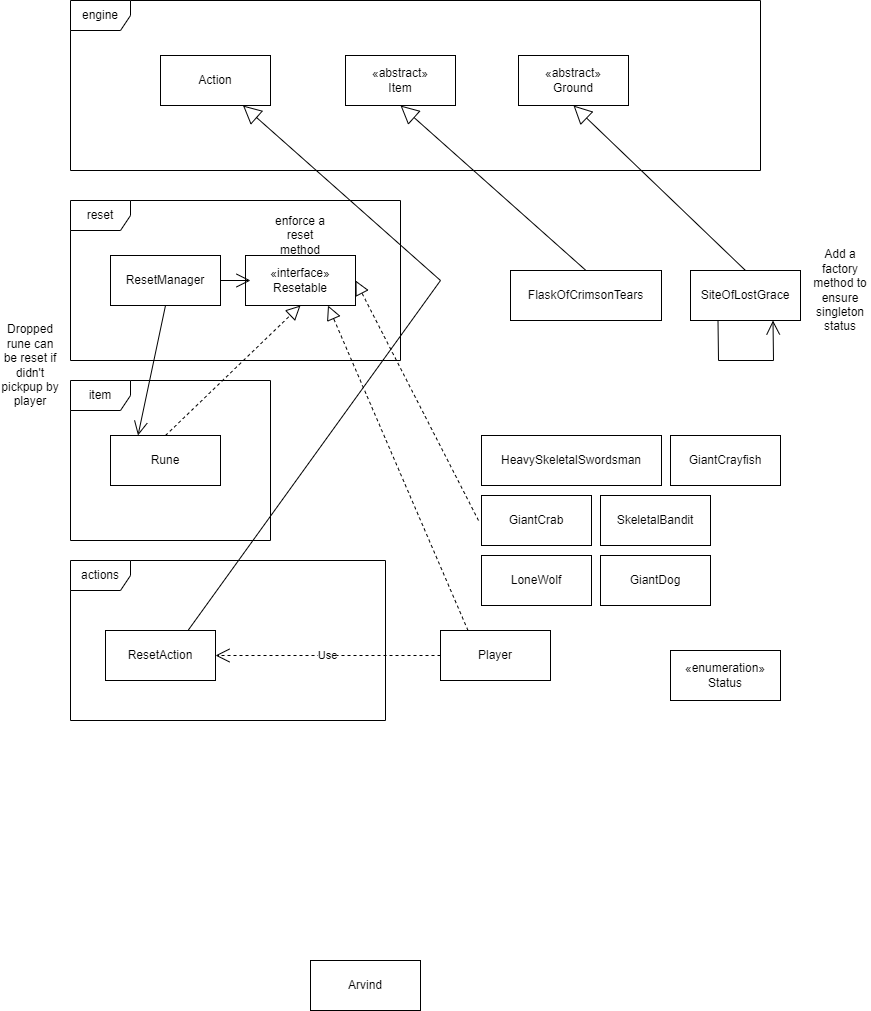
Earlier version of the draw.io export docs/Assignment1-Req 3.drawio.png (NguyenQuang-10/Elden-Ring-In-Java). Source tidied: cells renumbered, new cells last; positions are measured from the earlier drawing's top-left corner, leaving out a move shared by most shapes.
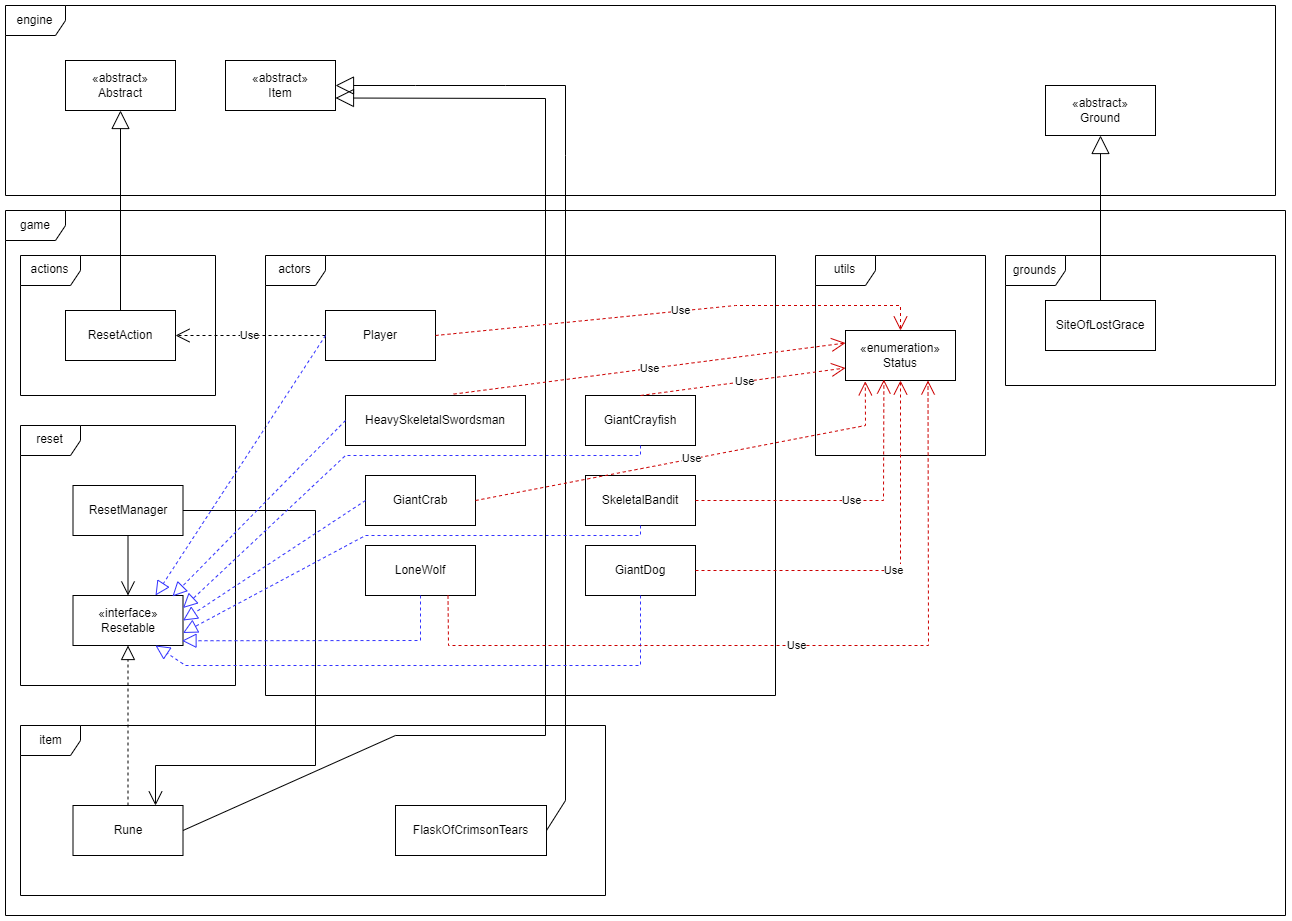
The same file after the commit.

Commit message:
Beautify req 3 diagram

Change to the diagram source:
```diff
@@ -3,122 +3,206 @@
     <mxCell id="0" />
     <mxCell id="1" parent="0" />
     <mxCell id="2" value="reset" style="shape=umlFrame;whiteSpace=wrap;html=1;" parent="1" vertex="1">
-      <mxGeometry x="70" y="200" width="330" height="160" as="geometry" />
+      <mxGeometry x="85" y="420" width="215" height="260" as="geometry" />
     </mxCell>
     <mxCell id="3" value="ResetManager" style="html=1;whiteSpace=wrap;" parent="1" vertex="1">
-      <mxGeometry x="110" y="255" width="110" height="50" as="geometry" />
+      <mxGeometry x="137.5" y="480" width="110" height="50" as="geometry" />
     </mxCell>
     <mxCell id="4" value="«interface»&lt;br&gt;Resetable" style="html=1;whiteSpace=wrap;" parent="1" vertex="1">
-      <mxGeometry x="245" y="255" width="110" height="50" as="geometry" />
+      <mxGeometry x="137.5" y="590" width="110" height="50" as="geometry" />
     </mxCell>
     <mxCell id="5" value="item" style="shape=umlFrame;whiteSpace=wrap;html=1;" parent="1" vertex="1">
-      <mxGeometry x="70" y="380" width="200" height="160" as="geometry" />
+      <mxGeometry x="85" y="720" width="585" height="170" as="geometry" />
     </mxCell>
     <mxCell id="6" value="Rune" style="html=1;whiteSpace=wrap;" parent="1" vertex="1">
-      <mxGeometry x="110" y="435" width="110" height="50" as="geometry" />
+      <mxGeometry x="137.5" y="800" width="110" height="50" as="geometry" />
     </mxCell>
     <mxCell id="7" style="endArrow=block;dashed=1;endFill=0;endSize=12;html=1;rounded=0;exitX=0.5;exitY=0;exitDx=0;exitDy=0;entryX=0.5;entryY=1;entryDx=0;entryDy=0;" parent="1" edge="1" source="6" target="4">
       <mxGeometry relative="1" as="geometry" />
     </mxCell>
-    <mxCell id="8" style="endArrow=open;endFill=1;endSize=12;html=1;rounded=0;exitX=0.5;exitY=1;exitDx=0;exitDy=0;entryX=0.25;entryY=0;entryDx=0;entryDy=0;" parent="1" edge="1" source="3" target="6">
-      <mxGeometry relative="1" as="geometry" />
+    <mxCell id="8" style="endArrow=open;endFill=1;endSize=12;html=1;rounded=0;exitX=1;exitY=0.5;exitDx=0;exitDy=0;entryX=0.75;entryY=0;entryDx=0;entryDy=0;" parent="1" edge="1" source="3" target="6">
+      <mxGeometry relative="1" as="geometry">
+        <Array as="points">
+          <mxPoint x="380" y="505" />
+          <mxPoint x="380" y="760" />
+          <mxPoint x="220" y="760" />
+        </Array>
+      </mxGeometry>
     </mxCell>
     <mxCell id="9" value="actions" style="shape=umlFrame;whiteSpace=wrap;html=1;" parent="1" vertex="1">
-      <mxGeometry x="70" y="560" width="315" height="160" as="geometry" />
+      <mxGeometry x="85" y="250" width="195" height="140" as="geometry" />
     </mxCell>
     <mxCell id="10" value="ResetAction" style="html=1;whiteSpace=wrap;" parent="1" vertex="1">
-      <mxGeometry x="105" y="630" width="110" height="50" as="geometry" />
+      <mxGeometry x="130" y="305" width="110" height="50" as="geometry" />
     </mxCell>
     <mxCell id="11" value="engine" style="shape=umlFrame;whiteSpace=wrap;html=1;" parent="1" vertex="1">
-      <mxGeometry x="70" width="690" height="170" as="geometry" />
+      <mxGeometry x="70" width="1270" height="190" as="geometry" />
     </mxCell>
-    <mxCell id="12" value="Action" style="html=1;whiteSpace=wrap;" parent="1" vertex="1">
-      <mxGeometry x="160" y="55" width="110" height="50" as="geometry" />
-    </mxCell>
-    <mxCell id="13" style="endArrow=block;endSize=16;endFill=0;html=1;rounded=0;exitX=0.75;exitY=0;exitDx=0;exitDy=0;entryX=0.75;entryY=1;entryDx=0;entryDy=0;" parent="1" edge="1" source="10" target="12">
-      <mxGeometry relative="1" as="geometry">
-        <Array as="points">
-          <mxPoint x="440" y="280" />
-        </Array>
-      </mxGeometry>
+    <mxCell id="13" style="endArrow=block;endSize=16;endFill=0;html=1;rounded=0;exitX=0.5;exitY=0;exitDx=0;exitDy=0;entryX=0.5;entryY=1;entryDx=0;entryDy=0;" parent="1" edge="1" source="10" target="37">
+      <mxGeometry relative="1" as="geometry" />
     </mxCell>
     <mxCell id="14" value="«enumeration»&lt;br&gt;Status" style="html=1;whiteSpace=wrap;" parent="1" vertex="1">
-      <mxGeometry x="670" y="650" width="110" height="50" as="geometry" />
+      <mxGeometry x="910" y="325" width="110" height="50" as="geometry" />
     </mxCell>
     <mxCell id="15" value="«abstract»&lt;br&gt;Item" style="html=1;whiteSpace=wrap;" parent="1" vertex="1">
-      <mxGeometry x="345" y="55" width="110" height="50" as="geometry" />
+      <mxGeometry x="290" y="55" width="110" height="50" as="geometry" />
     </mxCell>
     <mxCell id="16" value="FlaskOfCrimsonTears" style="html=1;whiteSpace=wrap;" parent="1" vertex="1">
-      <mxGeometry x="510" y="270" width="151" height="50" as="geometry" />
+      <mxGeometry x="460" y="800" width="151" height="50" as="geometry" />
     </mxCell>
-    <mxCell id="17" style="endArrow=block;endSize=16;endFill=0;html=1;rounded=0;exitX=0.5;exitY=0;exitDx=0;exitDy=0;entryX=0.5;entryY=1;entryDx=0;entryDy=0;" parent="1" edge="1" source="16" target="15">
-      <mxGeometry relative="1" as="geometry" />
+    <mxCell id="17" style="endArrow=block;endSize=16;endFill=0;html=1;rounded=0;exitX=1;exitY=0.5;exitDx=0;exitDy=0;entryX=1;entryY=0.5;entryDx=0;entryDy=0;" parent="1" edge="1" source="16" target="15">
+      <mxGeometry relative="1" as="geometry">
+        <Array as="points">
+          <mxPoint x="630" y="795" />
+          <mxPoint x="630" y="150" />
+          <mxPoint x="630" y="80" />
+          <mxPoint x="570" y="80" />
+          <mxPoint x="480" y="80" />
+        </Array>
+      </mxGeometry>
     </mxCell>
     <mxCell id="18" value="«abstract»&lt;br&gt;Ground" style="html=1;whiteSpace=wrap;" parent="1" vertex="1">
-      <mxGeometry x="518" y="55" width="110" height="50" as="geometry" />
+      <mxGeometry x="1110" y="80" width="110" height="50" as="geometry" />
     </mxCell>
     <mxCell id="19" value="SiteOfLostGrace" style="html=1;whiteSpace=wrap;" parent="1" vertex="1">
-      <mxGeometry x="690" y="270" width="110" height="50" as="geometry" />
+      <mxGeometry x="1110" y="295" width="110" height="50" as="geometry" />
     </mxCell>
     <mxCell id="20" style="endArrow=block;endSize=16;endFill=0;html=1;rounded=0;exitX=0.5;exitY=0;exitDx=0;exitDy=0;entryX=0.5;entryY=1;entryDx=0;entryDy=0;" parent="1" edge="1" source="19" target="18">
       <mxGeometry relative="1" as="geometry" />
     </mxCell>
     <mxCell id="21" value="Player" style="html=1;whiteSpace=wrap;" parent="1" vertex="1">
-      <mxGeometry x="440" y="630" width="110" height="50" as="geometry" />
+      <mxGeometry x="390" y="305" width="110" height="50" as="geometry" />
     </mxCell>
     <mxCell id="22" value="Use" style="endArrow=open;endSize=12;dashed=1;html=1;rounded=0;exitX=0;exitY=0.5;exitDx=0;exitDy=0;entryX=1;entryY=0.5;entryDx=0;entryDy=0;" parent="1" edge="1" source="21" target="10">
       <mxGeometry relative="1" as="geometry" />
     </mxCell>
-    <mxCell id="23" style="endArrow=block;dashed=1;endFill=0;endSize=12;html=1;rounded=0;exitX=0.25;exitY=0;exitDx=0;exitDy=0;entryX=0.75;entryY=1;entryDx=0;entryDy=0;" parent="1" edge="1" source="21" target="4">
+    <mxCell id="23" style="endArrow=block;dashed=1;endFill=0;endSize=12;html=1;rounded=0;exitX=0;exitY=0.5;exitDx=0;exitDy=0;entryX=0.75;entryY=0;entryDx=0;entryDy=0;fillColor=#3333FF;strokeColor=#3333FF;" parent="1" edge="1" source="21" target="4">
       <mxGeometry relative="1" as="geometry" />
     </mxCell>
     <mxCell id="24" value="HeavySkeletalSwordsman" style="html=1;whiteSpace=wrap;" parent="1" vertex="1">
-      <mxGeometry x="481" y="435" width="180" height="50" as="geometry" />
+      <mxGeometry x="410" y="390" width="180" height="50" as="geometry" />
     </mxCell>
     <mxCell id="25" value="GiantCrab" style="html=1;whiteSpace=wrap;" parent="1" vertex="1">
-      <mxGeometry x="481" y="495" width="110" height="50" as="geometry" />
+      <mxGeometry x="430" y="470" width="110" height="50" as="geometry" />
     </mxCell>
     <mxCell id="26" value="LoneWolf" style="html=1;whiteSpace=wrap;" parent="1" vertex="1">
-      <mxGeometry x="481" y="555" width="110" height="50" as="geometry" />
+      <mxGeometry x="430" y="540" width="110" height="50" as="geometry" />
     </mxCell>
-    <mxCell id="27" style="endArrow=block;dashed=1;endFill=0;endSize=12;html=1;rounded=0;entryX=1;entryY=0.5;entryDx=0;entryDy=0;" parent="1" edge="1" target="4">
-      <mxGeometry relative="1" as="geometry">
-        <mxPoint x="478" y="520" as="sourcePoint" />
-      </mxGeometry>
-    </mxCell>
     <mxCell id="28" value="SkeletalBandit" style="html=1;whiteSpace=wrap;" parent="1" vertex="1">
-      <mxGeometry x="600" y="495" width="110" height="50" as="geometry" />
+      <mxGeometry x="650" y="470" width="110" height="50" as="geometry" />
     </mxCell>
     <mxCell id="29" value="GiantDog" style="html=1;whiteSpace=wrap;" parent="1" vertex="1">
-      <mxGeometry x="600" y="555" width="110" height="50" as="geometry" />
+      <mxGeometry x="650" y="540" width="110" height="50" as="geometry" />
     </mxCell>
     <mxCell id="30" value="GiantCrayfish" style="html=1;whiteSpace=wrap;" parent="1" vertex="1">
-      <mxGeometry x="670" y="435" width="110" height="50" as="geometry" />
+      <mxGeometry x="650" y="390" width="110" height="50" as="geometry" />
     </mxCell>
-    <mxCell id="31" style="endArrow=open;endFill=1;endSize=12;html=1;rounded=0;exitX=0.25;exitY=1;exitDx=0;exitDy=0;entryX=0.75;entryY=1;entryDx=0;entryDy=0;" parent="1" edge="1" source="19" target="19">
-      <mxGeometry relative="1" as="geometry">
-        <Array as="points">
-          <mxPoint x="718" y="360" />
-          <mxPoint x="773" y="360" />
-        </Array>
-      </mxGeometry>
-    </mxCell>
-    <mxCell id="32" style="endArrow=open;endFill=1;endSize=12;html=1;rounded=0;exitX=1;exitY=0.5;exitDx=0;exitDy=0;" parent="1" edge="1" source="3">
-      <mxGeometry relative="1" as="geometry">
-        <mxPoint x="250" y="280" as="targetPoint" />
-      </mxGeometry>
+    <mxCell id="32" style="endArrow=open;endFill=1;endSize=12;html=1;rounded=0;exitX=0.5;exitY=1;exitDx=0;exitDy=0;" parent="1" edge="1" source="3" target="4">
+      <mxGeometry relative="1" as="geometry" />
     </mxCell>
-    <mxCell id="33" value="Arvind" style="html=1;whiteSpace=wrap;" parent="1" vertex="1">
-      <mxGeometry x="310" y="960" width="110" height="50" as="geometry" />
-    </mxCell>
-    <mxCell id="34" value="Add a factory method to ensure singleton status" style="text;html=1;strokeColor=none;fillColor=none;align=center;verticalAlign=middle;whiteSpace=wrap;rounded=0;" parent="1" vertex="1">
-      <mxGeometry x="810" y="275" width="60" height="30" as="geometry" />
-    </mxCell>
-    <mxCell id="35" value="Dropped rune can be reset if didn't pickpup by player" style="text;html=1;strokeColor=none;fillColor=none;align=center;verticalAlign=middle;whiteSpace=wrap;rounded=0;" parent="1" vertex="1">
-      <mxGeometry y="350" width="60" height="30" as="geometry" />
-    </mxCell>
-    <mxCell id="36" value="enforce a reset method" style="text;html=1;strokeColor=none;fillColor=none;align=center;verticalAlign=middle;whiteSpace=wrap;rounded=0;" parent="1" vertex="1">
-      <mxGeometry x="270" y="220" width="60" height="30" as="geometry" />
-    </mxCell>
+    <mxCell id="37" value="«abstract»&lt;br&gt;Abstract" style="html=1;whiteSpace=wrap;" parent="1" vertex="1">
+      <mxGeometry x="130" y="55" width="110" height="50" as="geometry" />
+    </mxCell>
+    <mxCell id="38" value="actors" style="shape=umlFrame;whiteSpace=wrap;html=1;" parent="1" vertex="1">
+      <mxGeometry x="330" y="250" width="510" height="440" as="geometry" />
+    </mxCell>
+    <mxCell id="39" style="endArrow=block;dashed=1;endFill=0;endSize=12;html=1;rounded=0;exitX=0;exitY=0.5;exitDx=0;exitDy=0;entryX=0.904;entryY=0.018;entryDx=0;entryDy=0;entryPerimeter=0;fillColor=#3333FF;strokeColor=#3333FF;" parent="1" edge="1" source="24" target="4">
+      <mxGeometry relative="1" as="geometry" />
+    </mxCell>
+    <mxCell id="40" style="endArrow=block;dashed=1;endFill=0;endSize=12;html=1;rounded=0;exitX=0.5;exitY=1;exitDx=0;exitDy=0;entryX=1;entryY=0.25;entryDx=0;entryDy=0;fillColor=#3333FF;strokeColor=#3333FF;" parent="1" edge="1" source="30" target="4">
+      <mxGeometry relative="1" as="geometry">
+        <Array as="points">
+          <mxPoint x="705" y="450" />
+          <mxPoint x="410" y="450" />
+        </Array>
+      </mxGeometry>
+    </mxCell>
+    <mxCell id="41" style="endArrow=block;dashed=1;endFill=0;endSize=12;html=1;rounded=0;exitX=0;exitY=0.5;exitDx=0;exitDy=0;entryX=1;entryY=0.5;entryDx=0;entryDy=0;fillColor=#3333FF;strokeColor=#3333FF;" parent="1" edge="1" source="25" target="4">
+      <mxGeometry relative="1" as="geometry" />
+    </mxCell>
+    <mxCell id="42" style="endArrow=block;dashed=1;endFill=0;endSize=12;html=1;rounded=0;exitX=0.5;exitY=1;exitDx=0;exitDy=0;entryX=1;entryY=0.75;entryDx=0;entryDy=0;fillColor=#3333FF;strokeColor=#3333FF;" parent="1" edge="1" source="28" target="4">
+      <mxGeometry relative="1" as="geometry">
+        <Array as="points">
+          <mxPoint x="705" y="530" />
+          <mxPoint x="430" y="530" />
+        </Array>
+      </mxGeometry>
+    </mxCell>
+    <mxCell id="43" style="endArrow=block;dashed=1;endFill=0;endSize=12;html=1;rounded=0;exitX=0.5;exitY=1;exitDx=0;exitDy=0;entryX=0.991;entryY=0.905;entryDx=0;entryDy=0;entryPerimeter=0;fillColor=#3333FF;strokeColor=#3333FF;" parent="1" edge="1" source="26" target="4">
+      <mxGeometry relative="1" as="geometry">
+        <Array as="points">
+          <mxPoint x="485" y="635" />
+        </Array>
+      </mxGeometry>
+    </mxCell>
+    <mxCell id="44" style="endArrow=block;dashed=1;endFill=0;endSize=12;html=1;rounded=0;exitX=0.5;exitY=1;exitDx=0;exitDy=0;entryX=0.75;entryY=1;entryDx=0;entryDy=0;fillColor=#3333FF;strokeColor=#3333FF;" parent="1" edge="1" source="29" target="4">
+      <mxGeometry relative="1" as="geometry">
+        <Array as="points">
+          <mxPoint x="705" y="660" />
+          <mxPoint x="250" y="660" />
+        </Array>
+      </mxGeometry>
+    </mxCell>
+    <mxCell id="45" style="endArrow=block;endSize=16;endFill=0;html=1;rounded=0;entryX=1;entryY=0.75;entryDx=0;entryDy=0;exitX=1;exitY=0.5;exitDx=0;exitDy=0;" parent="1" edge="1" source="6" target="15">
+      <mxGeometry relative="1" as="geometry">
+        <Array as="points">
+          <mxPoint x="460" y="730" />
+          <mxPoint x="610" y="730" />
+          <mxPoint x="610" y="93" />
+        </Array>
+      </mxGeometry>
+    </mxCell>
+    <mxCell id="46" value="grounds" style="shape=umlFrame;whiteSpace=wrap;html=1;" parent="1" vertex="1">
+      <mxGeometry x="1070" y="250" width="270" height="130" as="geometry" />
+    </mxCell>
+    <mxCell id="47" value="utils" style="shape=umlFrame;whiteSpace=wrap;html=1;" parent="1" vertex="1">
+      <mxGeometry x="880" y="250" width="170" height="200" as="geometry" />
+    </mxCell>
+    <mxCell id="48" value="Use" style="endArrow=open;endSize=12;dashed=1;html=1;rounded=0;exitX=0.601;exitY=-0.028;exitDx=0;exitDy=0;exitPerimeter=0;entryX=0;entryY=0.25;entryDx=0;entryDy=0;strokeColor=#CC0000;" parent="1" edge="1" source="24" target="14">
+      <mxGeometry relative="1" as="geometry" />
+    </mxCell>
+    <mxCell id="49" value="Use" style="endArrow=open;endSize=12;dashed=1;html=1;rounded=0;exitX=0.5;exitY=0;exitDx=0;exitDy=0;entryX=0;entryY=0.75;entryDx=0;entryDy=0;strokeColor=#CC0000;" parent="1" edge="1" source="30" target="14">
+      <mxGeometry relative="1" as="geometry" />
+    </mxCell>
+    <mxCell id="50" value="Use" style="endArrow=open;endSize=12;dashed=1;html=1;rounded=0;exitX=1;exitY=0.5;exitDx=0;exitDy=0;entryX=0.18;entryY=1.016;entryDx=0;entryDy=0;entryPerimeter=0;strokeColor=#CC0000;" parent="1" edge="1" source="25" target="14">
+      <mxGeometry relative="1" as="geometry">
+        <Array as="points">
+          <mxPoint x="930" y="420" />
+        </Array>
+      </mxGeometry>
+    </mxCell>
+    <mxCell id="51" value="Use" style="endArrow=open;endSize=12;dashed=1;html=1;rounded=0;exitX=1;exitY=0.5;exitDx=0;exitDy=0;entryX=0.349;entryY=0.981;entryDx=0;entryDy=0;entryPerimeter=0;strokeColor=#CC0000;" parent="1" edge="1" source="28" target="14">
+      <mxGeometry relative="1" as="geometry">
+        <Array as="points">
+          <mxPoint x="948" y="495" />
+        </Array>
+      </mxGeometry>
+    </mxCell>
+    <mxCell id="52" value="Use" style="endArrow=open;endSize=12;dashed=1;html=1;rounded=0;exitX=1;exitY=0.5;exitDx=0;exitDy=0;entryX=0.5;entryY=1;entryDx=0;entryDy=0;strokeColor=#CC0000;" parent="1" edge="1" source="29" target="14">
+      <mxGeometry relative="1" as="geometry">
+        <Array as="points">
+          <mxPoint x="965" y="565" />
+        </Array>
+      </mxGeometry>
+    </mxCell>
+    <mxCell id="53" value="Use" style="endArrow=open;endSize=12;dashed=1;html=1;rounded=0;exitX=0.75;exitY=1;exitDx=0;exitDy=0;entryX=0.75;entryY=1;entryDx=0;entryDy=0;strokeColor=#CC0000;" parent="1" edge="1" source="26" target="14">
+      <mxGeometry relative="1" as="geometry">
+        <Array as="points">
+          <mxPoint x="513" y="640" />
+          <mxPoint x="993" y="640" />
+        </Array>
+      </mxGeometry>
+    </mxCell>
+    <mxCell id="54" value="Use" style="endArrow=open;endSize=12;dashed=1;html=1;rounded=0;exitX=1;exitY=0.5;exitDx=0;exitDy=0;entryX=0.5;entryY=0;entryDx=0;entryDy=0;strokeColor=#CC0000;" parent="1" edge="1" source="21" target="14">
+      <mxGeometry relative="1" as="geometry">
+        <Array as="points">
+          <mxPoint x="800" y="300" />
+          <mxPoint x="965" y="300" />
+        </Array>
+      </mxGeometry>
+    </mxCell>
+    <mxCell id="55" value="game" style="shape=umlFrame;whiteSpace=wrap;html=1;" parent="1" vertex="1">
+      <mxGeometry x="70" y="205" width="1280" height="705" as="geometry" />
+    </mxCell>
   </root>
 </mxGraphModel>
```
